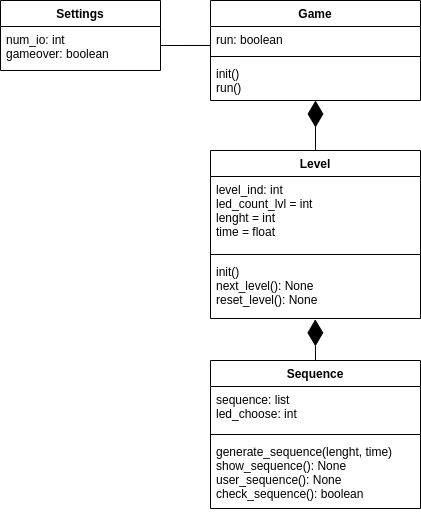
Before: Class diagram.drawio.png, a diagram exported from draw.io (Flaviu123/LED_MindGame). Source tidied: cells renumbered, new cells last; positions are measured from the earlier drawing's top-left corner, leaving out a move shared by most shapes.
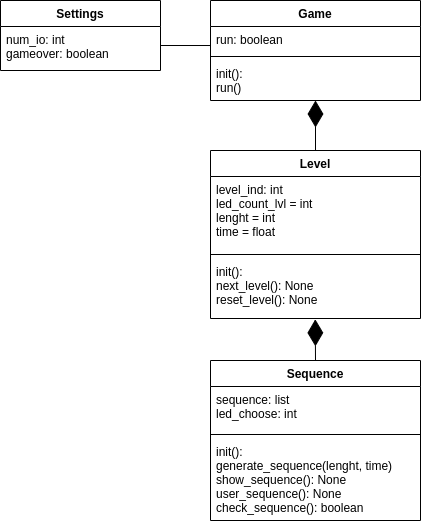
Above is the later version.

Commit message:
Exported the corrections of class diagram as png

What changed in the source:
```diff
@@ -17,11 +17,11 @@
     <mxCell id="6" style="line;strokeWidth=1;fillColor=none;align=left;verticalAlign=middle;spacingTop=-1;spacingLeft=3;spacingRight=3;labelPosition=right;" parent="4" vertex="1">
       <mxGeometry y="52" width="210" height="8" as="geometry" />
     </mxCell>
-    <mxCell id="7" value="init()&#10;run()&#10;" style="text;strokeColor=none;fillColor=none;align=left;verticalAlign=top;spacingLeft=4;spacingRight=4;overflow=hidden;points=[[0,0.5],[1,0.5]];portConstraint=eastwest;" parent="4" vertex="1">
+    <mxCell id="7" value="init():&#10;run()&#10;" style="text;strokeColor=none;fillColor=none;align=left;verticalAlign=top;spacingLeft=4;spacingRight=4;overflow=hidden;points=[[0,0.5],[1,0.5]];portConstraint=eastwest;" parent="4" vertex="1">
       <mxGeometry y="60" width="210" height="40" as="geometry" />
     </mxCell>
     <mxCell id="8" value="Sequence" style="swimlane;fontStyle=1;align=center;verticalAlign=top;horizontal=1;startSize=26;" parent="1" vertex="1">
-      <mxGeometry x="210" y="360" width="210" height="148" as="geometry" />
+      <mxGeometry x="210" y="360" width="210" height="160" as="geometry" />
     </mxCell>
     <mxCell id="9" value="sequence: list&#10;led_choose: int&#10;" style="text;strokeColor=none;fillColor=none;align=left;verticalAlign=top;spacingLeft=4;spacingRight=4;overflow=hidden;" parent="8" vertex="1">
       <mxGeometry y="26" width="210" height="44" as="geometry" />
@@ -29,8 +29,8 @@
     <mxCell id="10" style="line;strokeWidth=1;fillColor=none;align=left;verticalAlign=middle;spacingTop=-1;spacingLeft=3;spacingRight=3;labelPosition=right;" parent="8" vertex="1">
       <mxGeometry y="70" width="210" height="8" as="geometry" />
     </mxCell>
-    <mxCell id="11" value="generate_sequence(lenght, time)&#10;show_sequence(): None&#10;user_sequence(): None&#10;check_sequence(): boolean" style="text;strokeColor=none;fillColor=none;align=left;verticalAlign=top;spacingLeft=4;spacingRight=4;overflow=hidden;" parent="8" vertex="1">
-      <mxGeometry y="78" width="210" height="70" as="geometry" />
+    <mxCell id="11" value="init():&#10;generate_sequence(lenght, time)&#10;show_sequence(): None&#10;user_sequence(): None&#10;check_sequence(): boolean" style="text;strokeColor=none;fillColor=none;align=left;verticalAlign=top;spacingLeft=4;spacingRight=4;overflow=hidden;" parent="8" vertex="1">
+      <mxGeometry y="78" width="210" height="82" as="geometry" />
     </mxCell>
     <mxCell id="12" style="endArrow=diamondThin;endFill=1;endSize=24;html=1;rounded=0;exitX=0.5;exitY=0;exitDx=0;exitDy=0;entryX=0.499;entryY=1.014;entryDx=0;entryDy=0;entryPerimeter=0;" parent="1" edge="1" source="8" target="16">
       <mxGeometry relative="1" as="geometry" />
@@ -44,7 +44,7 @@
     <mxCell id="15" style="line;strokeWidth=1;fillColor=none;align=left;verticalAlign=middle;spacingTop=-1;spacingLeft=3;spacingRight=3;labelPosition=right;" parent="13" vertex="1">
       <mxGeometry y="100" width="210" height="8" as="geometry" />
     </mxCell>
-    <mxCell id="16" value="init()&#10;next_level(): None&#10;reset_level(): None" style="text;strokeColor=none;fillColor=none;align=left;verticalAlign=top;spacingLeft=4;spacingRight=4;overflow=hidden;points=[[0,0.5],[1,0.5]];portConstraint=eastwest;" parent="13" vertex="1">
+    <mxCell id="16" value="init():&#10;next_level(): None&#10;reset_level(): None" style="text;strokeColor=none;fillColor=none;align=left;verticalAlign=top;spacingLeft=4;spacingRight=4;overflow=hidden;points=[[0,0.5],[1,0.5]];portConstraint=eastwest;" parent="13" vertex="1">
       <mxGeometry y="108" width="210" height="60" as="geometry" />
     </mxCell>
     <mxCell id="17" style="endArrow=diamondThin;endFill=1;endSize=24;html=1;rounded=0;entryX=0.5;entryY=1;entryDx=0;entryDy=0;entryPerimeter=0;exitX=0.5;exitY=0;exitDx=0;exitDy=0;" parent="1" edge="1" source="13" target="7">
```
